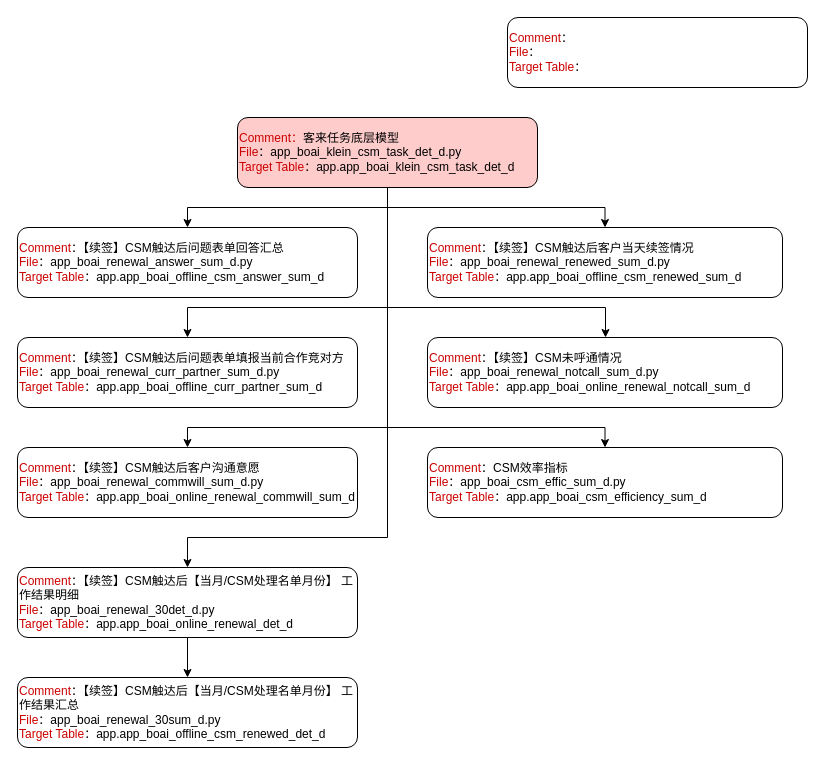
The draw.io diagram 数据任务关系图.drawio in tristayan/ck, before the edit. Source tidied: cells renumbered, new cells numbered last; positions are measured from the earlier drawing's top-left corner, leaving out a move shared by most shapes. Both pictures are drawn from the tidied source at 100%, with x=0, y=0 at pixel (17, 17).
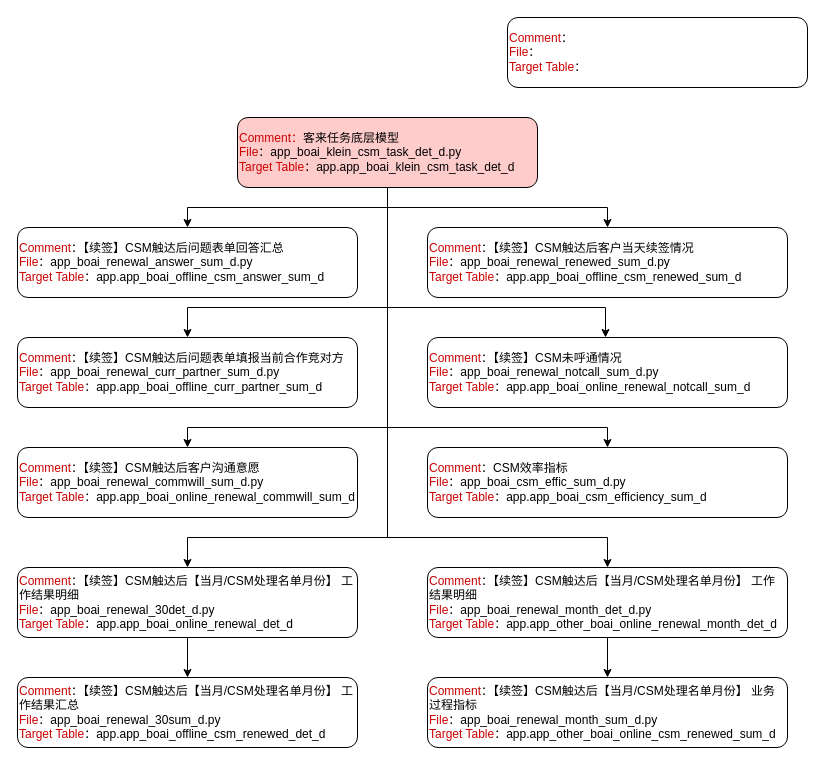
The same diagram, later.

Commit message:
更新数据任务关系图.drawio

The change refers to these unchanged cells:
```xml
<mxCell id="9" value="&lt;font color=&quot;#cc0000&quot;&gt;Comment：&lt;/font&gt;客来任务底层模型&lt;span&gt;&lt;/span&gt;&lt;font color=&quot;#cc0000&quot;&gt;&lt;br&gt;File&lt;/font&gt;：app_boai_klein_csm_task_det_d.py&lt;br&gt;&lt;font color=&quot;#cc0000&quot;&gt;Target Table&lt;/font&gt;：app.app_boai_klein_csm_task_det_d" style="rounded=1;whiteSpace=wrap;html=1;align=left;fillColor=#FFCCCC;" parent="1" vertex="1">
  <mxGeometry x="220" y="100" width="300" height="70" as="geometry" />
</mxCell>
<mxCell id="17" value="&lt;font color=&quot;#cc0000&quot;&gt;Comment&lt;/font&gt;：【续签】CSM触达后【当月/CSM处理名单月份】 工作结果明细&lt;br&gt;&lt;font color=&quot;#cc0000&quot;&gt;File&lt;/font&gt;：app_boai_renewal_30det_d.py&lt;br&gt;&lt;font color=&quot;#cc0000&quot;&gt;Target Table&lt;/font&gt;：app.app_boai_online_renewal_det_d" style="rounded=1;whiteSpace=wrap;html=1;align=left;" parent="1" vertex="1">
  <mxGeometry y="550" width="340" height="70" as="geometry" />
</mxCell>
```

Change to the diagram source:
```diff
@@
+    <mxCell id="8" style="edgeStyle=orthogonalEdgeStyle;rounded=0;jettySize=auto;html=1;entryX=0.5;entryY=0;entryDx=0;entryDy=0;fontColor=#000000;" parent="1" edge="1" source="9" target="17">
+      <mxGeometry relative="1" as="geometry">
+        <Array as="points">
+          <mxPoint x="370" y="520" />
+          <mxPoint x="170" y="520" />
+        </Array>
+      </mxGeometry>
+    </mxCell>
-    <mxCell id="7" style="edgeStyle=orthogonalEdgeStyle;rounded=0;jettySize=auto;html=1;entryX=0.5;entryY=0;entryDx=0;entryDy=0;fontColor=#000000;" parent="1" edge="1" source="9" target="18">
+    <mxCell id="7" style="edgeStyle=orthogonalEdgeStyle;rounded=0;jettySize=auto;html=1;entryX=0.5;entryY=0;entryDx=0;entryDy=0;" parent="1" edge="1" source="9" target="18">
       <mxGeometry relative="1" as="geometry">
         <Array as="points">
           <mxPoint x="370" y="410" />
-          <mxPoint x="588" y="410" />
+          <mxPoint x="590" y="410" />
         </Array>
       </mxGeometry>
     </mxCell>
-    <mxCell id="8" style="edgeStyle=orthogonalEdgeStyle;rounded=0;jettySize=auto;html=1;entryX=0.5;entryY=0;entryDx=0;entryDy=0;fontColor=#000000;" parent="1" edge="1" source="9" target="17">
-      <mxGeometry relative="1" as="geometry">
-        <Array as="points">
-          <mxPoint x="370" y="520" />
-          <mxPoint x="170" y="520" />
-        </Array>
-      </mxGeometry>
-    </mxCell>
+    <mxCell id="20" style="edgeStyle=orthogonalEdgeStyle;rounded=0;jettySize=auto;html=1;entryX=0.5;entryY=0;entryDx=0;entryDy=0;" parent="1" edge="1" source="9" target="22">
+      <mxGeometry relative="1" as="geometry">
+        <Array as="points">
+          <mxPoint x="370" y="520" />
+          <mxPoint x="590" y="520" />
+        </Array>
+      </mxGeometry>
+    </mxCell>
@@
     <mxCell id="12" value="&lt;font color=&quot;#cc0000&quot;&gt;Comment&lt;/font&gt;：【续签】CSM触达后客户当天续签情况&lt;br&gt;&lt;font color=&quot;#cc0000&quot;&gt;File&lt;/font&gt;：app_boai_renewal_renewed_sum_d.py&lt;br&gt;&lt;font color=&quot;#cc0000&quot;&gt;Target Table&lt;/font&gt;：app.app_boai_offline_csm_renewed_sum_d" style="rounded=1;whiteSpace=wrap;html=1;align=left;" parent="1" vertex="1">
-      <mxGeometry x="410" y="210" width="355" height="70" as="geometry" />
+      <mxGeometry x="410" y="210" width="360" height="70" as="geometry" />
     </mxCell>
@@
     <mxCell id="14" value="&lt;font color=&quot;#cc0000&quot;&gt;Comment&lt;/font&gt;：【续签】CSM未呼通情况&lt;br&gt;&lt;font color=&quot;#cc0000&quot;&gt;File&lt;/font&gt;：app_boai_renewal_notcall_sum_d.py&lt;br&gt;&lt;font color=&quot;#cc0000&quot;&gt;Target Table&lt;/font&gt;：app.app_boai_online_renewal_notcall_sum_d" style="rounded=1;whiteSpace=wrap;html=1;align=left;" parent="1" vertex="1">
-      <mxGeometry x="410" y="320" width="355" height="70" as="geometry" />
+      <mxGeometry x="410" y="320" width="360" height="70" as="geometry" />
     </mxCell>
@@
     <mxCell id="18" value="&lt;font color=&quot;#cc0000&quot;&gt;Comment&lt;/font&gt;：CSM效率指标&lt;br&gt;&lt;font color=&quot;#cc0000&quot;&gt;File&lt;/font&gt;：app_boai_csm_effic_sum_d.py&lt;br&gt;&lt;font color=&quot;#cc0000&quot;&gt;Target Table&lt;/font&gt;：app.app_boai_csm_efficiency_sum_d" style="rounded=1;whiteSpace=wrap;html=1;align=left;" parent="1" vertex="1">
-      <mxGeometry x="410" y="430" width="355" height="70" as="geometry" />
+      <mxGeometry x="410" y="430" width="360" height="70" as="geometry" />
     </mxCell>
@@
+    <mxCell id="21" style="edgeStyle=orthogonalEdgeStyle;rounded=0;jettySize=auto;html=1;" parent="1" edge="1" source="22" target="23">
+      <mxGeometry relative="1" as="geometry" />
+    </mxCell>
+    <mxCell id="22" value="&lt;font color=&quot;#cc0000&quot;&gt;Comment&lt;/font&gt;：【续签】CSM触达后【当月/CSM处理名单月份】 工作结果明细&lt;br&gt;&lt;font color=&quot;#cc0000&quot;&gt;File&lt;/font&gt;：app_boai_renewal_month_det_d.py&lt;br&gt;&lt;font color=&quot;#cc0000&quot;&gt;Target Table&lt;/font&gt;：app.app_other_boai_online_renewal_month_det_d" style="rounded=1;whiteSpace=wrap;html=1;align=left;" parent="1" vertex="1">
+      <mxGeometry x="410" y="550" width="360" height="70" as="geometry" />
+    </mxCell>
+    <mxCell id="23" value="&lt;font color=&quot;#cc0000&quot;&gt;Comment&lt;/font&gt;：【续签】CSM触达后【当月/CSM处理名单月份】 业务过程指标&lt;br&gt;&lt;font color=&quot;#cc0000&quot;&gt;File&lt;/font&gt;：app_boai_renewal_month_sum_d.py&lt;br&gt;&lt;font color=&quot;#cc0000&quot;&gt;Target Table&lt;/font&gt;：app.app_other_boai_online_csm_renewed_sum_d" style="rounded=1;whiteSpace=wrap;html=1;align=left;" parent="1" vertex="1">
+      <mxGeometry x="410" y="660" width="360" height="70" as="geometry" />
+    </mxCell>
```
